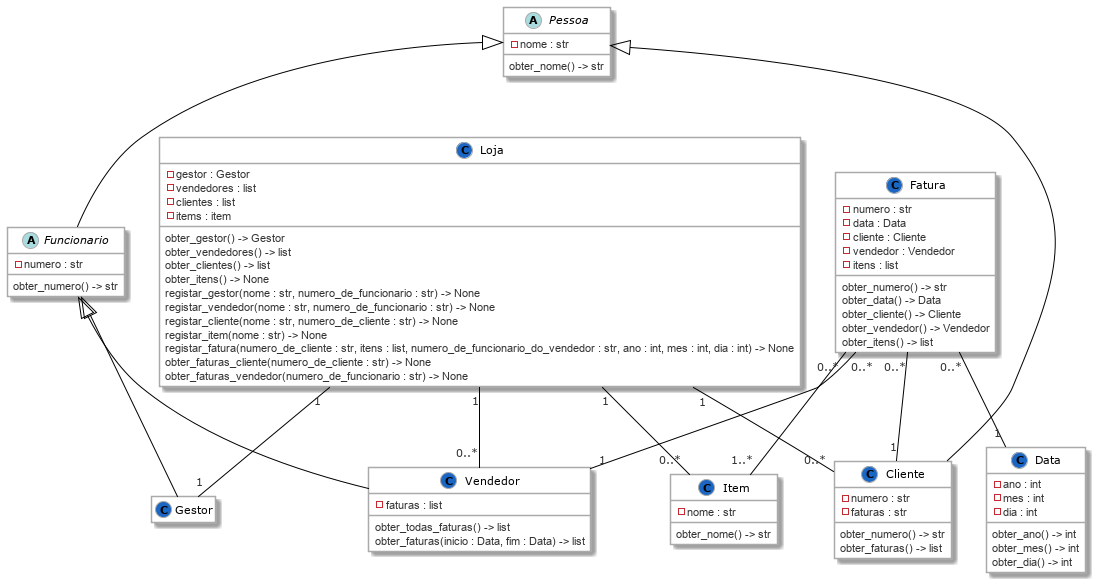
Above: figures/loja.png in UAL-AED/lab1 (PlantUML), before the change.
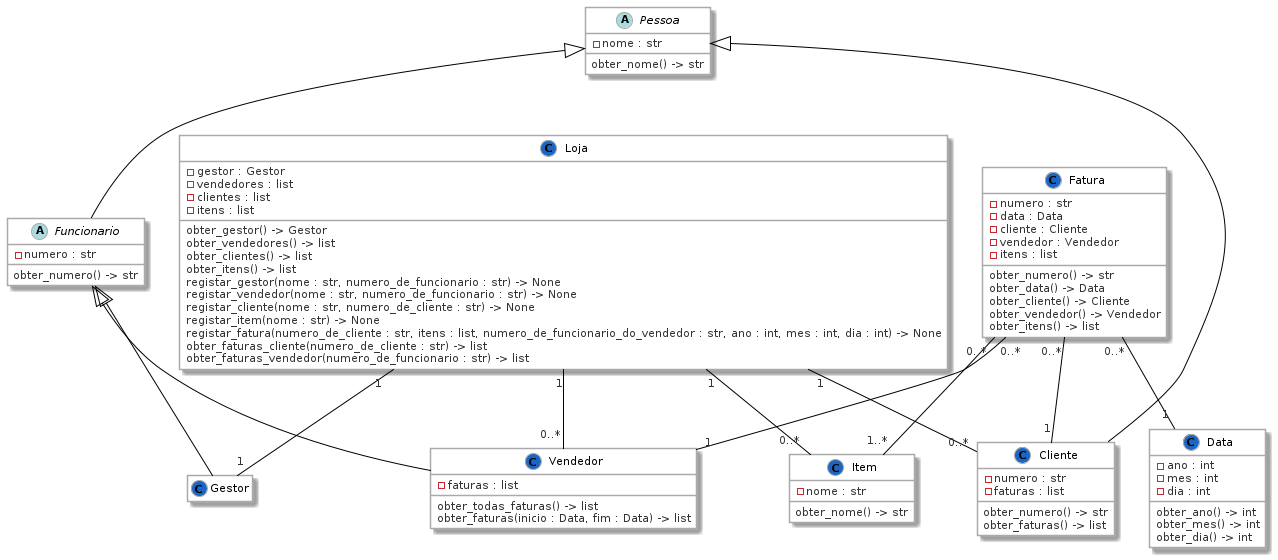
The same diagram one commit later.

What changed in the source:
```diff
@@ -6,18 +6,18 @@
     -gestor : Gestor
     -vendedores : list
     -clientes : list
-    -items : item
+    -itens : list
     obter_gestor() -> Gestor
     obter_vendedores() -> list
     obter_clientes() -> list
-    obter_itens() -> None
+    obter_itens() -> list
     registar_gestor(nome : str, numero_de_funcionario : str) -> None
     registar_vendedor(nome : str, numero_de_funcionario : str) -> None
     registar_cliente(nome : str, numero_de_cliente : str) -> None
     registar_item(nome : str) -> None
     registar_fatura(numero_de_cliente : str, itens : list, numero_de_funcionario_do_vendedor : str, ano : int, mes : int, dia : int) -> None
-    obter_faturas_cliente(numero_de_cliente : str) -> None
-    obter_faturas_vendedor(numero_de_funcionario : str) -> None
+    obter_faturas_cliente(numero_de_cliente : str) -> list
+    obter_faturas_vendedor(numero_de_funcionario : str) -> list
 }
 
 abstract class Pessoa {
@@ -42,7 +42,7 @@
 
 class Cliente {
     -numero : str
-    -faturas : str
+    -faturas : list
     obter_numero() -> str
     obter_faturas() -> list
 }
```
